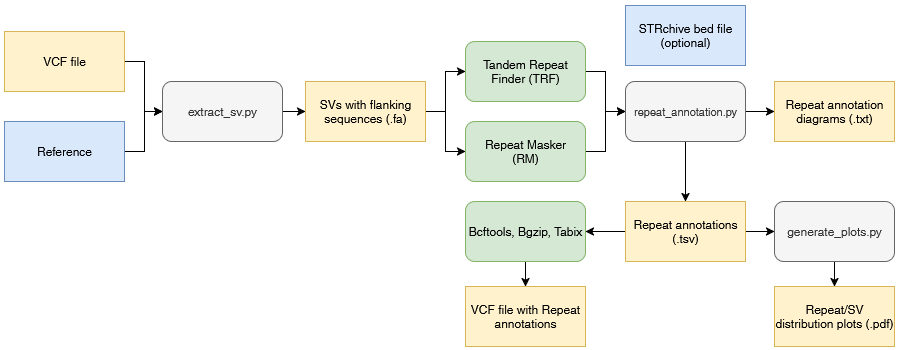
This is images/SVscanner_workflow.png from GenTechGp/SVscanner, a draw.io export, as it was before one commit. Source tidied: cells renumbered, new cells last; positions are measured from the earlier drawing's top-left corner, leaving out a move shared by most shapes.
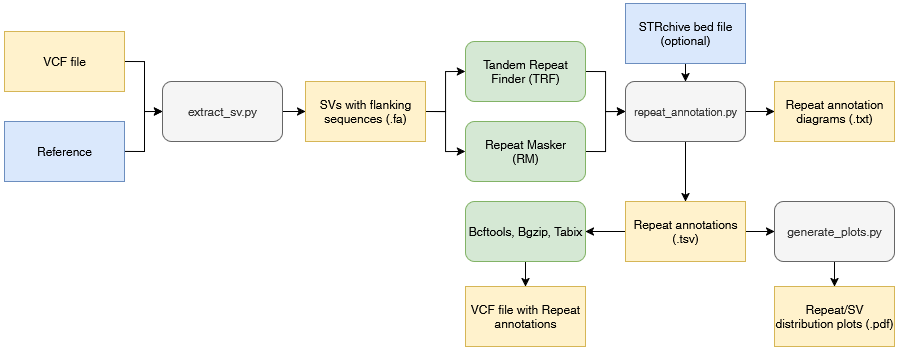
The same file after the commit.

Diff of the diagram source:
```diff
@@ -80,8 +80,11 @@
     <mxCell id="27" value="Repeat annotation diagrams (.txt)" style="rounded=0;whiteSpace=wrap;html=1;fillColor=#fff2cc;strokeColor=#d6b656;" parent="1" vertex="1">
       <mxGeometry x="770" y="76" width="120" height="60" as="geometry" />
     </mxCell>
+    <mxCell id="29" style="edgeStyle=orthogonalEdgeStyle;rounded=0;jettySize=auto;html=1;exitX=0.5;exitY=1;exitDx=0;exitDy=0;entryX=0.5;entryY=0;entryDx=0;entryDy=0;" parent="1" edge="1" source="28" target="17">
+      <mxGeometry relative="1" as="geometry" />
+    </mxCell>
     <mxCell id="28" value="STRchive bed file (optional)" style="rounded=0;whiteSpace=wrap;html=1;fillColor=#dae8fc;strokeColor=#6c8ebf;" parent="1" vertex="1">
-      <mxGeometry x="621" width="120" height="60" as="geometry" />
+      <mxGeometry x="621" y="-2" width="120" height="60" as="geometry" />
     </mxCell>
   </root>
 </mxGraphModel>
```
